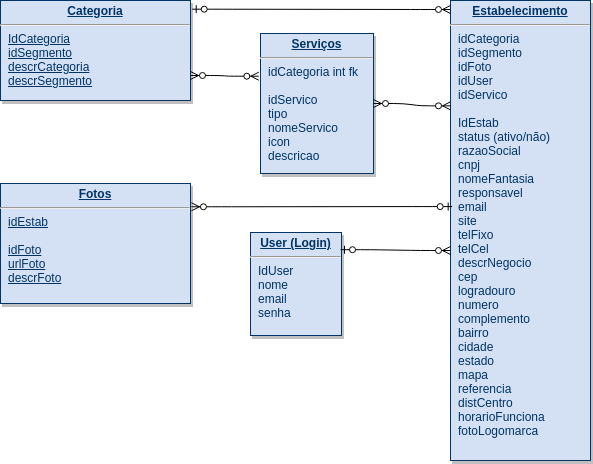
CarlosProcidio/PCDEVS1G2 keeps this draw.io diagram as Docs/Diagrama-tabelas.png. Above is the earlier version. Source tidied: cells renumbered, new cells last; positions are measured from the earlier drawing's top-left corner, leaving out a move shared by most shapes.
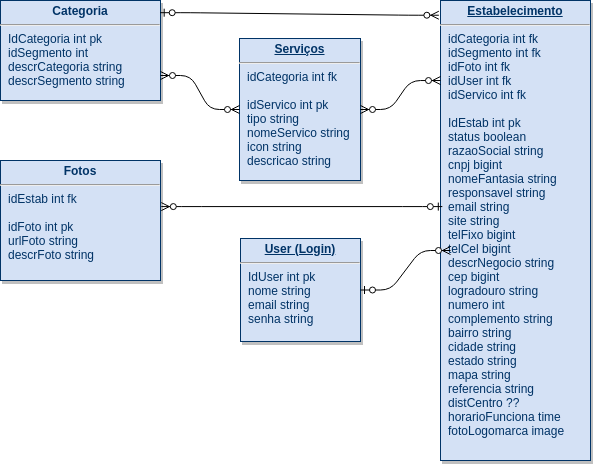
After the change.

Diff of the diagram source:
```diff
@@ -2,38 +2,36 @@
   <root>
     <mxCell id="0" />
     <mxCell id="1" parent="0" />
-    <mxCell id="2" value="&lt;p style=&quot;margin: 4px 0px 0px ; text-align: center ; text-decoration: underline&quot;&gt;&lt;strong&gt;&lt;font style=&quot;font-size: 12px&quot;&gt;Serviços&lt;/font&gt;&lt;/strong&gt;&lt;/p&gt;&lt;hr&gt;&lt;p style=&quot;margin: 0px 0px 0px 8px&quot;&gt;&lt;font style=&quot;font-size: 12px&quot;&gt;idCategoria int fk&lt;/font&gt;&lt;/p&gt;&lt;p style=&quot;margin: 0px 0px 0px 8px&quot;&gt;&lt;font style=&quot;font-size: 12px&quot;&gt;&lt;br&gt;&lt;/font&gt;&lt;/p&gt;&lt;p style=&quot;margin: 0px 0px 0px 8px&quot;&gt;&lt;font style=&quot;font-size: 12px&quot;&gt;idServico&lt;/font&gt;&lt;/p&gt;&lt;p style=&quot;margin: 0px 0px 0px 8px&quot;&gt;&lt;font style=&quot;font-size: 12px&quot;&gt;tipo&lt;/font&gt;&lt;/p&gt;&lt;p style=&quot;margin: 0px 0px 0px 8px&quot;&gt;&lt;font style=&quot;font-size: 12px&quot;&gt;nomeServico&lt;br&gt;&lt;/font&gt;&lt;/p&gt;&lt;p style=&quot;margin: 0px 0px 0px 8px&quot;&gt;&lt;font style=&quot;font-size: 12px&quot;&gt;icon&lt;/font&gt;&lt;/p&gt;&lt;p style=&quot;margin: 0px 0px 0px 8px&quot;&gt;&lt;font style=&quot;font-size: 12px&quot;&gt;descricao&lt;/font&gt;&lt;/p&gt;" style="verticalAlign=top;align=left;overflow=fill;fontSize=12;fontFamily=Helvetica;html=1;strokeColor=#003366;shadow=1;fillColor=#D4E1F5;fontColor=#003366;" parent="1" vertex="1">
-      <mxGeometry x="260" y="33" width="113" height="140" as="geometry" />
+    <mxCell id="2" value="&lt;p style=&quot;margin: 4px 0px 0px ; text-align: center ; text-decoration: underline&quot;&gt;&lt;strong&gt;&lt;font style=&quot;font-size: 12px&quot;&gt;Serviços&lt;/font&gt;&lt;/strong&gt;&lt;/p&gt;&lt;hr&gt;&lt;p style=&quot;margin: 0px 0px 0px 8px&quot;&gt;&lt;font style=&quot;font-size: 12px&quot;&gt;idCategoria int fk&lt;/font&gt;&lt;/p&gt;&lt;p style=&quot;margin: 0px 0px 0px 8px&quot;&gt;&lt;font style=&quot;font-size: 12px&quot;&gt;&lt;br&gt;&lt;/font&gt;&lt;/p&gt;&lt;p style=&quot;margin: 0px 0px 0px 8px&quot;&gt;&lt;font style=&quot;font-size: 12px&quot;&gt;idServico int pk&lt;/font&gt;&lt;/p&gt;&lt;p style=&quot;margin: 0px 0px 0px 8px&quot;&gt;&lt;font style=&quot;font-size: 12px&quot;&gt;tipo string&lt;/font&gt;&lt;/p&gt;&lt;p style=&quot;margin: 0px 0px 0px 8px&quot;&gt;&lt;font style=&quot;font-size: 12px&quot;&gt;nomeServico string&lt;br&gt;&lt;/font&gt;&lt;/p&gt;&lt;p style=&quot;margin: 0px 0px 0px 8px&quot;&gt;&lt;font style=&quot;font-size: 12px&quot;&gt;icon string&lt;/font&gt;&lt;/p&gt;&lt;p style=&quot;margin: 0px 0px 0px 8px&quot;&gt;&lt;font style=&quot;font-size: 12px&quot;&gt;descricao string&lt;/font&gt;&lt;/p&gt;" style="verticalAlign=top;align=left;overflow=fill;fontSize=12;fontFamily=Helvetica;html=1;strokeColor=#003366;shadow=1;fillColor=#D4E1F5;fontColor=#003366;" parent="1" vertex="1">
+      <mxGeometry x="239" y="38" width="121" height="142" as="geometry" />
     </mxCell>
-    <mxCell id="3" value="&lt;p style=&quot;margin: 4px 0px 0px ; text-align: center&quot;&gt;&lt;strong&gt;&lt;font style=&quot;font-size: 12px&quot;&gt;&lt;u&gt;Categoria&lt;/u&gt;&lt;/font&gt;&lt;/strong&gt;&lt;/p&gt;&lt;hr&gt;&lt;p style=&quot;margin: 0px 0px 0px 8px&quot;&gt;&lt;u&gt;IdCategoria&lt;/u&gt;&lt;br&gt;&lt;/p&gt;&lt;p style=&quot;margin: 0px 0px 0px 8px&quot;&gt;&lt;font style=&quot;font-size: 12px&quot;&gt;&lt;u&gt;idSegmento&lt;/u&gt;&lt;u&gt;&lt;br&gt;&lt;/u&gt;&lt;/font&gt;&lt;/p&gt;&lt;p style=&quot;margin: 0px 0px 0px 8px&quot;&gt;&lt;font style=&quot;font-size: 12px&quot;&gt;&lt;u&gt;descrCategoria&lt;/u&gt;&lt;/font&gt;&lt;/p&gt;&lt;p style=&quot;margin: 0px 0px 0px 8px&quot;&gt;&lt;u&gt;descrSegmento&lt;/u&gt;&lt;br&gt;&lt;/p&gt;" style="verticalAlign=top;align=left;overflow=fill;fontSize=12;fontFamily=Helvetica;html=1;strokeColor=#003366;shadow=1;fillColor=#D4E1F5;fontColor=#003366;" parent="1" vertex="1">
-      <mxGeometry width="190" height="100" as="geometry" />
+    <mxCell id="3" value="&lt;p style=&quot;margin: 4px 0px 0px ; text-align: center&quot;&gt;&lt;strong&gt;&lt;font style=&quot;font-size: 12px&quot;&gt;Categoria&lt;/font&gt;&lt;/strong&gt;&lt;/p&gt;&lt;hr&gt;&lt;p style=&quot;margin: 0px 0px 0px 8px&quot;&gt;IdCategoria int pk&lt;br&gt;&lt;/p&gt;&lt;p style=&quot;margin: 0px 0px 0px 8px&quot;&gt;&lt;font style=&quot;font-size: 12px&quot;&gt;idSegmento int&lt;br&gt;&lt;/font&gt;&lt;/p&gt;&lt;p style=&quot;margin: 0px 0px 0px 8px&quot;&gt;&lt;font style=&quot;font-size: 12px&quot;&gt;descrCategoria string&lt;/font&gt;&lt;/p&gt;&lt;p style=&quot;margin: 0px 0px 0px 8px&quot;&gt;descrSegmento string&lt;br&gt;&lt;/p&gt;" style="verticalAlign=top;align=left;overflow=fill;fontSize=12;fontFamily=Helvetica;html=1;strokeColor=#003366;shadow=1;fillColor=#D4E1F5;fontColor=#003366;" parent="1" vertex="1">
+      <mxGeometry width="160" height="100" as="geometry" />
     </mxCell>
-    <mxCell id="4" value="&lt;p style=&quot;margin: 4px 0px 0px ; text-align: center ; text-decoration: underline&quot;&gt;&lt;strong&gt;&lt;font style=&quot;font-size: 12px&quot;&gt;User (Login)&lt;/font&gt;&lt;/strong&gt;&lt;/p&gt;&lt;hr&gt;&lt;p style=&quot;margin: 0px 0px 0px 8px&quot;&gt;IdUser&lt;/p&gt;&lt;p style=&quot;margin: 0px 0px 0px 8px&quot;&gt;nome&lt;/p&gt;&lt;p style=&quot;margin: 0px 0px 0px 8px&quot;&gt;email&lt;/p&gt;&lt;p style=&quot;margin: 0px 0px 0px 8px&quot;&gt;senha&lt;/p&gt;" style="verticalAlign=top;align=left;overflow=fill;fontSize=12;fontFamily=Helvetica;html=1;strokeColor=#003366;shadow=1;fillColor=#D4E1F5;fontColor=#003366;" parent="1" vertex="1">
-      <mxGeometry x="250" y="232" width="91" height="103" as="geometry" />
+    <mxCell id="4" value="&lt;p style=&quot;margin: 4px 0px 0px ; text-align: center ; text-decoration: underline&quot;&gt;&lt;strong&gt;&lt;font style=&quot;font-size: 12px&quot;&gt;User (Login)&lt;/font&gt;&lt;/strong&gt;&lt;/p&gt;&lt;hr&gt;&lt;p style=&quot;margin: 0px 0px 0px 8px&quot;&gt;IdUser int pk&lt;/p&gt;&lt;p style=&quot;margin: 0px 0px 0px 8px&quot;&gt;nome string&lt;/p&gt;&lt;p style=&quot;margin: 0px 0px 0px 8px&quot;&gt;email string&lt;/p&gt;&lt;p style=&quot;margin: 0px 0px 0px 8px&quot;&gt;senha string&lt;/p&gt;" style="verticalAlign=top;align=left;overflow=fill;fontSize=12;fontFamily=Helvetica;html=1;strokeColor=#003366;shadow=1;fillColor=#D4E1F5;fontColor=#003366;" parent="1" vertex="1">
+      <mxGeometry x="240" y="238" width="120" height="103" as="geometry" />
     </mxCell>
-    <mxCell id="5" value="&lt;p style=&quot;margin: 4px 0px 0px ; text-align: center ; text-decoration: underline&quot;&gt;&lt;strong&gt;&lt;font style=&quot;font-size: 12px&quot;&gt;Estabelecimento&lt;/font&gt;&lt;/strong&gt;&lt;/p&gt;&lt;hr&gt;&lt;p style=&quot;margin: 0px 0px 0px 8px&quot;&gt;idCategoria&lt;br&gt;&lt;/p&gt;&lt;p style=&quot;margin: 0px 0px 0px 8px&quot;&gt;idSegmento&lt;/p&gt;&lt;p style=&quot;margin: 0px 0px 0px 8px&quot;&gt;idFoto&lt;/p&gt;&lt;p style=&quot;margin: 0px 0px 0px 8px&quot;&gt;idUser&lt;/p&gt;&lt;p style=&quot;margin: 0px 0px 0px 8px&quot;&gt;idServico&lt;/p&gt;&lt;p style=&quot;margin: 0px 0px 0px 8px&quot;&gt;&lt;br&gt;&lt;/p&gt;&lt;p style=&quot;margin: 0px 0px 0px 8px&quot;&gt;IdEstab&lt;br&gt;status (ativo/não)&lt;/p&gt;&lt;p style=&quot;margin: 0px 0px 0px 8px&quot;&gt;razaoSocial&lt;/p&gt;&lt;p style=&quot;margin: 0px 0px 0px 8px&quot;&gt;cnpj&lt;/p&gt;&lt;p style=&quot;margin: 0px 0px 0px 8px&quot;&gt;nomeFantasia&lt;/p&gt;&lt;p style=&quot;margin: 0px 0px 0px 8px&quot;&gt;responsavel&lt;/p&gt;&lt;p style=&quot;margin: 0px 0px 0px 8px&quot;&gt;email&lt;/p&gt;&lt;p style=&quot;margin: 0px 0px 0px 8px&quot;&gt;site&lt;/p&gt;&lt;p style=&quot;margin: 0px 0px 0px 8px&quot;&gt;telFixo&lt;/p&gt;&lt;p style=&quot;margin: 0px 0px 0px 8px&quot;&gt;telCel&lt;/p&gt;&lt;p style=&quot;margin: 0px 0px 0px 8px&quot;&gt;descrNegocio&lt;/p&gt;&lt;p style=&quot;margin: 0px 0px 0px 8px&quot;&gt;cep&lt;/p&gt;&lt;p style=&quot;margin: 0px 0px 0px 8px&quot;&gt;logradouro&lt;/p&gt;&lt;p style=&quot;margin: 0px 0px 0px 8px&quot;&gt;numero&lt;/p&gt;&lt;p style=&quot;margin: 0px 0px 0px 8px&quot;&gt;complemento&lt;/p&gt;&lt;p style=&quot;margin: 0px 0px 0px 8px&quot;&gt;bairro&lt;/p&gt;&lt;p style=&quot;margin: 0px 0px 0px 8px&quot;&gt;cidade&lt;/p&gt;&lt;p style=&quot;margin: 0px 0px 0px 8px&quot;&gt;estado&lt;/p&gt;&lt;p style=&quot;margin: 0px 0px 0px 8px&quot;&gt;mapa&lt;/p&gt;&lt;p style=&quot;margin: 0px 0px 0px 8px&quot;&gt;referencia&lt;/p&gt;&lt;p style=&quot;margin: 0px 0px 0px 8px&quot;&gt;distCentro&lt;/p&gt;&lt;p style=&quot;margin: 0px 0px 0px 8px&quot;&gt;horarioFunciona&lt;/p&gt;&lt;p style=&quot;margin: 0px 0px 0px 8px&quot;&gt;fotoLogomarca&lt;/p&gt;&lt;p style=&quot;margin: 0px 0px 0px 8px&quot;&gt;&lt;br&gt;&lt;/p&gt;&lt;p style=&quot;margin: 0px 0px 0px 8px&quot;&gt;&lt;br&gt;&lt;/p&gt;" style="verticalAlign=top;align=left;overflow=fill;fontSize=12;fontFamily=Helvetica;html=1;strokeColor=#003366;shadow=1;fillColor=#D4E1F5;fontColor=#003366;" parent="1" vertex="1">
-      <mxGeometry x="450" width="140" height="460" as="geometry" />
+    <mxCell id="5" value="&lt;p style=&quot;margin: 4px 0px 0px ; text-align: center ; text-decoration: underline&quot;&gt;&lt;strong&gt;&lt;font style=&quot;font-size: 12px&quot;&gt;Estabelecimento&lt;/font&gt;&lt;/strong&gt;&lt;/p&gt;&lt;hr&gt;&lt;p style=&quot;margin: 0px 0px 0px 8px&quot;&gt;idCategoria int fk&lt;br&gt;&lt;/p&gt;&lt;p style=&quot;margin: 0px 0px 0px 8px&quot;&gt;idSegmento int fk&lt;/p&gt;&lt;p style=&quot;margin: 0px 0px 0px 8px&quot;&gt;idFoto int fk&lt;/p&gt;&lt;p style=&quot;margin: 0px 0px 0px 8px&quot;&gt;idUser int fk&lt;/p&gt;&lt;p style=&quot;margin: 0px 0px 0px 8px&quot;&gt;idServico int fk&lt;/p&gt;&lt;p style=&quot;margin: 0px 0px 0px 8px&quot;&gt;&lt;br&gt;&lt;/p&gt;&lt;p style=&quot;margin: 0px 0px 0px 8px&quot;&gt;IdEstab int pk&lt;br&gt;status boolean&lt;/p&gt;&lt;p style=&quot;margin: 0px 0px 0px 8px&quot;&gt;razaoSocial string&lt;/p&gt;&lt;p style=&quot;margin: 0px 0px 0px 8px&quot;&gt;cnpj bigint&lt;/p&gt;&lt;p style=&quot;margin: 0px 0px 0px 8px&quot;&gt;nomeFantasia string&lt;/p&gt;&lt;p style=&quot;margin: 0px 0px 0px 8px&quot;&gt;responsavel string&lt;/p&gt;&lt;p style=&quot;margin: 0px 0px 0px 8px&quot;&gt;email string&lt;/p&gt;&lt;p style=&quot;margin: 0px 0px 0px 8px&quot;&gt;site string&lt;/p&gt;&lt;p style=&quot;margin: 0px 0px 0px 8px&quot;&gt;telFixo bigint&lt;/p&gt;&lt;p style=&quot;margin: 0px 0px 0px 8px&quot;&gt;telCel bigint&lt;/p&gt;&lt;p style=&quot;margin: 0px 0px 0px 8px&quot;&gt;descrNegocio string&lt;/p&gt;&lt;p style=&quot;margin: 0px 0px 0px 8px&quot;&gt;cep bigint&lt;/p&gt;&lt;p style=&quot;margin: 0px 0px 0px 8px&quot;&gt;logradouro string&lt;/p&gt;&lt;p style=&quot;margin: 0px 0px 0px 8px&quot;&gt;numero int&lt;/p&gt;&lt;p style=&quot;margin: 0px 0px 0px 8px&quot;&gt;complemento string&lt;/p&gt;&lt;p style=&quot;margin: 0px 0px 0px 8px&quot;&gt;bairro string&lt;/p&gt;&lt;p style=&quot;margin: 0px 0px 0px 8px&quot;&gt;cidade string&lt;/p&gt;&lt;p style=&quot;margin: 0px 0px 0px 8px&quot;&gt;estado string&lt;/p&gt;&lt;p style=&quot;margin: 0px 0px 0px 8px&quot;&gt;mapa string&lt;/p&gt;&lt;p style=&quot;margin: 0px 0px 0px 8px&quot;&gt;referencia string&lt;/p&gt;&lt;p style=&quot;margin: 0px 0px 0px 8px&quot;&gt;distCentro ??&lt;/p&gt;&lt;p style=&quot;margin: 0px 0px 0px 8px&quot;&gt;horarioFunciona time&lt;/p&gt;&lt;p style=&quot;margin: 0px 0px 0px 8px&quot;&gt;fotoLogomarca image&lt;/p&gt;&lt;p style=&quot;margin: 0px 0px 0px 8px&quot;&gt;&lt;br&gt;&lt;/p&gt;&lt;p style=&quot;margin: 0px 0px 0px 8px&quot;&gt;&lt;br&gt;&lt;/p&gt;" style="verticalAlign=top;align=left;overflow=fill;fontSize=12;fontFamily=Helvetica;html=1;strokeColor=#003366;shadow=1;fillColor=#D4E1F5;fontColor=#003366;" parent="1" vertex="1">
+      <mxGeometry x="440" width="150" height="460" as="geometry" />
     </mxCell>
-    <mxCell id="6" value="&lt;p style=&quot;margin: 4px 0px 0px ; text-align: center&quot;&gt;&lt;strong&gt;&lt;font style=&quot;font-size: 12px&quot;&gt;&lt;u&gt;Fotos&lt;/u&gt;&lt;/font&gt;&lt;/strong&gt;&lt;/p&gt;&lt;hr&gt;&lt;p style=&quot;margin: 0px 0px 0px 8px&quot;&gt;&lt;font style=&quot;font-size: 12px&quot;&gt;&lt;u&gt;idEstab&lt;/u&gt;&lt;/font&gt;&lt;/p&gt;&lt;p style=&quot;margin: 0px 0px 0px 8px&quot;&gt;&lt;font style=&quot;font-size: 12px&quot;&gt;&lt;u&gt;&lt;br&gt;&lt;/u&gt;&lt;/font&gt;&lt;/p&gt;&lt;p style=&quot;margin: 0px 0px 0px 8px&quot;&gt;&lt;font style=&quot;font-size: 12px&quot;&gt;&lt;u&gt;idFoto&lt;/u&gt;&lt;/font&gt;&lt;/p&gt;&lt;p style=&quot;margin: 0px 0px 0px 8px&quot;&gt;&lt;font style=&quot;font-size: 12px&quot;&gt;&lt;u&gt;urlFoto&lt;/u&gt;&lt;u&gt;&lt;br&gt;&lt;/u&gt;&lt;/font&gt;&lt;/p&gt;&lt;p style=&quot;margin: 0px 0px 0px 8px&quot;&gt;&lt;font style=&quot;font-size: 12px&quot;&gt;&lt;u&gt;descrFoto&lt;/u&gt;&lt;/font&gt;&lt;/p&gt;" style="verticalAlign=top;align=left;overflow=fill;fontSize=12;fontFamily=Helvetica;html=1;strokeColor=#003366;shadow=1;fillColor=#D4E1F5;fontColor=#003366;" parent="1" vertex="1">
-      <mxGeometry y="183" width="190" height="120" as="geometry" />
+    <mxCell id="6" value="&lt;p style=&quot;margin: 4px 0px 0px ; text-align: center&quot;&gt;&lt;strong&gt;&lt;font style=&quot;font-size: 12px&quot;&gt;Fotos&lt;/font&gt;&lt;/strong&gt;&lt;/p&gt;&lt;hr&gt;&lt;p style=&quot;margin: 0px 0px 0px 8px&quot;&gt;&lt;font style=&quot;font-size: 12px&quot;&gt;idEstab int fk&lt;/font&gt;&lt;/p&gt;&lt;p style=&quot;margin: 0px 0px 0px 8px&quot;&gt;&lt;font style=&quot;font-size: 12px&quot;&gt;&lt;br&gt;&lt;/font&gt;&lt;/p&gt;&lt;p style=&quot;margin: 0px 0px 0px 8px&quot;&gt;&lt;font style=&quot;font-size: 12px&quot;&gt;idFoto int pk&lt;/font&gt;&lt;/p&gt;&lt;p style=&quot;margin: 0px 0px 0px 8px&quot;&gt;&lt;font style=&quot;font-size: 12px&quot;&gt;urlFoto string&lt;br&gt;&lt;/font&gt;&lt;/p&gt;&lt;p style=&quot;margin: 0px 0px 0px 8px&quot;&gt;&lt;font style=&quot;font-size: 12px&quot;&gt;descrFoto string&lt;/font&gt;&lt;/p&gt;" style="verticalAlign=top;align=left;overflow=fill;fontSize=12;fontFamily=Helvetica;html=1;strokeColor=#003366;shadow=1;fillColor=#D4E1F5;fontColor=#003366;" parent="1" vertex="1">
+      <mxGeometry y="160" width="160" height="120" as="geometry" />
     </mxCell>
-    <mxCell id="7" style="edgeStyle=entityRelationEdgeStyle;fontSize=12;html=1;endArrow=ERzeroToMany;startArrow=ERzeroToOne;exitX=0.989;exitY=0.167;exitDx=0;exitDy=0;exitPerimeter=0;" parent="1" edge="1" source="4">
+    <mxCell id="7" style="edgeStyle=entityRelationEdgeStyle;fontSize=12;html=1;endArrow=ERzeroToMany;startArrow=ERzeroToOne;exitX=1;exitY=0.5;exitDx=0;exitDy=0;" parent="1" edge="1" source="4">
       <mxGeometry relative="1" as="geometry">
         <mxPoint x="450" y="250" as="targetPoint" />
       </mxGeometry>
     </mxCell>
-    <mxCell id="8" style="edgeStyle=entityRelationEdgeStyle;fontSize=12;html=1;endArrow=ERzeroToMany;endFill=1;startArrow=ERzeroToMany;exitX=1;exitY=0.5;exitDx=0;exitDy=0;entryX=0;entryY=0.229;entryDx=0;entryDy=0;entryPerimeter=0;" parent="1" edge="1" source="2" target="5">
+    <mxCell id="8" style="edgeStyle=entityRelationEdgeStyle;fontSize=12;html=1;endArrow=ERzeroToMany;endFill=1;startArrow=ERzeroToMany;exitX=1;exitY=0.5;exitDx=0;exitDy=0;entryX=0;entryY=0.174;entryDx=0;entryDy=0;entryPerimeter=0;" parent="1" edge="1" source="2" target="5">
       <mxGeometry relative="1" as="geometry" />
     </mxCell>
-    <mxCell id="9" style="edgeStyle=entityRelationEdgeStyle;fontSize=12;html=1;endArrow=ERzeroToMany;startArrow=ERzeroToOne;exitX=1.009;exitY=0.087;exitDx=0;exitDy=0;exitPerimeter=0;" parent="1" edge="1" source="3">
-      <mxGeometry relative="1" as="geometry">
-        <mxPoint x="450" y="9" as="targetPoint" />
-      </mxGeometry>
+    <mxCell id="9" style="edgeStyle=entityRelationEdgeStyle;fontSize=12;html=1;endArrow=ERzeroToMany;startArrow=ERzeroToOne;entryX=-0.011;entryY=0.032;entryDx=0;entryDy=0;entryPerimeter=0;exitX=0.998;exitY=0.122;exitDx=0;exitDy=0;exitPerimeter=0;" parent="1" edge="1" source="3" target="5">
+      <mxGeometry relative="1" as="geometry" />
     </mxCell>
-    <mxCell id="10" style="edgeStyle=entityRelationEdgeStyle;fontSize=12;html=1;endArrow=ERzeroToMany;startArrow=ERzeroToOne;entryX=1.005;entryY=0.194;entryDx=0;entryDy=0;entryPerimeter=0;exitX=0.012;exitY=0.448;exitDx=0;exitDy=0;exitPerimeter=0;" parent="1" edge="1" source="5" target="6">
+    <mxCell id="10" style="edgeStyle=entityRelationEdgeStyle;fontSize=12;html=1;endArrow=ERzeroToMany;startArrow=ERzeroToOne;entryX=1.005;entryY=0.384;entryDx=0;entryDy=0;entryPerimeter=0;exitX=0.012;exitY=0.448;exitDx=0;exitDy=0;exitPerimeter=0;" parent="1" edge="1" source="5" target="6">
       <mxGeometry relative="1" as="geometry" />
     </mxCell>
-    <mxCell id="11" style="edgeStyle=entityRelationEdgeStyle;fontSize=12;html=1;endArrow=ERzeroToMany;endFill=1;startArrow=ERzeroToMany;exitX=1;exitY=0.75;exitDx=0;exitDy=0;entryX=-0.015;entryY=0.305;entryDx=0;entryDy=0;entryPerimeter=0;" parent="1" edge="1" source="3" target="2">
+    <mxCell id="11" style="edgeStyle=entityRelationEdgeStyle;fontSize=12;html=1;endArrow=ERzeroToMany;endFill=1;startArrow=ERzeroToMany;exitX=1;exitY=0.75;exitDx=0;exitDy=0;entryX=0;entryY=0.5;entryDx=0;entryDy=0;" parent="1" edge="1" source="3" target="2">
       <mxGeometry relative="1" as="geometry" />
     </mxCell>
   </root>
```
